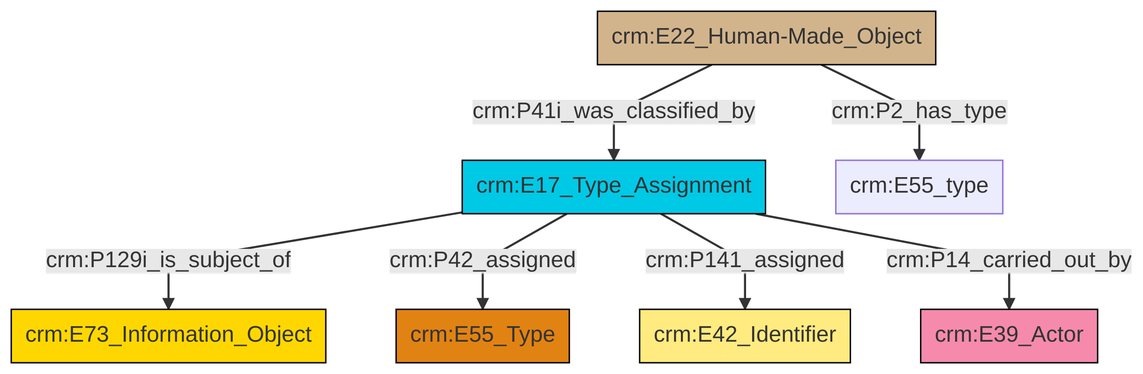
Earlier version of the Mermaid export et/builtWorkCSV/ttl/mmd/png/Built_Work_designation_status.png (swiss-art-research-net/docs.swissartresearch). Its source is kept beside it as et/builtWorkCSV/ttl/mmd/Built_Work_designation_status.ttl.mmd.
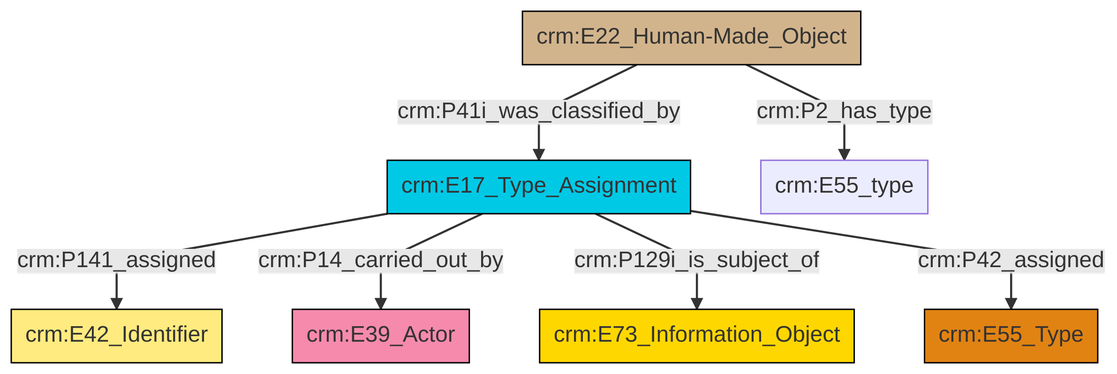
The same diagram one commit later.

The edit, as a diff of the source:
```diff
@@ -13,9 +13,9 @@
 classDef PC_Classes fill:#4ce600, stroke:#000000;
 classDef Multi fill:#cccccc,stroke:#000000;
 
-0["crm:E17_Type_Assignment"]:::Temporal_Entity -->|crm:P129i_is_subject_of| 1["crm:E73_Information_Object"]:::Conceptual_Object
-0["crm:E17_Type_Assignment"]:::Temporal_Entity -->|crm:P42_assigned| 3["crm:E55_Type"]:::Type
-0["crm:E17_Type_Assignment"]:::Temporal_Entity -->|crm:P141_assigned| 6["crm:E42_Identifier"]:::Appellation
-4["crm:E22_Human-Made_Object"]:::Physical_Thing -->|crm:P2_has_type| 7["crm:E55_type"]:::Default
-0["crm:E17_Type_Assignment"]:::Temporal_Entity -->|crm:P14_carried_out_by| 10["crm:E39_Actor"]:::Actor
-4["crm:E22_Human-Made_Object"]:::Physical_Thing -->|crm:P41i_was_classified_by| 0["crm:E17_Type_Assignment"]:::Temporal_Entity
+6["crm:E17_Type_Assignment"]:::Temporal_Entity -->|crm:P141_assigned| 7["crm:E42_Identifier"]:::Appellation
+6["crm:E17_Type_Assignment"]:::Temporal_Entity -->|crm:P14_carried_out_by| 8["crm:E39_Actor"]:::Actor
+2["crm:E22_Human-Made_Object"]:::Physical_Thing -->|crm:P2_has_type| 11["crm:E55_type"]:::Default
+2["crm:E22_Human-Made_Object"]:::Physical_Thing -->|crm:P41i_was_classified_by| 6["crm:E17_Type_Assignment"]:::Temporal_Entity
+6["crm:E17_Type_Assignment"]:::Temporal_Entity -->|crm:P129i_is_subject_of| 0["crm:E73_Information_Object"]:::Conceptual_Object
+6["crm:E17_Type_Assignment"]:::Temporal_Entity -->|crm:P42_assigned| 4["crm:E55_Type"]:::Type
```
